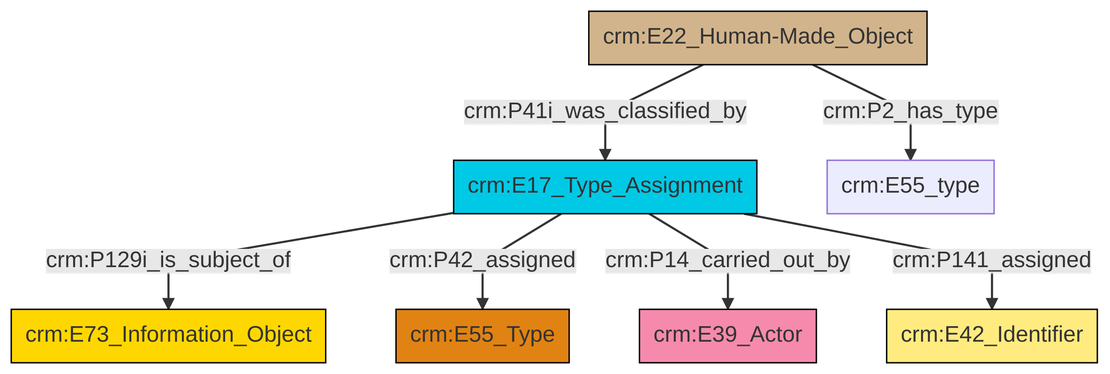
swiss-art-research-net/reference-data-models keeps this Mermaid diagram as et/builtWorkCSV/ttl/mmd/png/Built_Work_designation_status.png. Above is the earlier version. Its source is kept beside it as et/builtWorkCSV/ttl/mmd/Built_Work_designation_status.ttl.mmd.
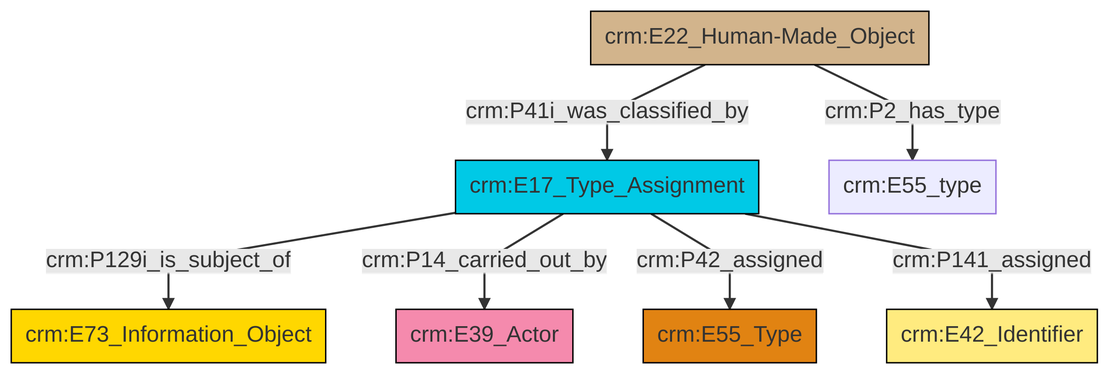
After the change.

The edit, as a diff of the source:
```diff
@@ -13,9 +13,9 @@
 classDef PC_Classes fill:#4ce600, stroke:#000000;
 classDef Multi fill:#cccccc,stroke:#000000;
 
-4["crm:E22_Human-Made_Object"]:::Physical_Thing -->|crm:P2_has_type| 5["crm:E55_type"]:::Default
-2["crm:E17_Type_Assignment"]:::Temporal_Entity -->|crm:P129i_is_subject_of| 10["crm:E73_Information_Object"]:::Conceptual_Object
-2["crm:E17_Type_Assignment"]:::Temporal_Entity -->|crm:P42_assigned| 7["crm:E55_Type"]:::Type
-2["crm:E17_Type_Assignment"]:::Temporal_Entity -->|crm:P14_carried_out_by| 0["crm:E39_Actor"]:::Actor
-4["crm:E22_Human-Made_Object"]:::Physical_Thing -->|crm:P41i_was_classified_by| 2["crm:E17_Type_Assignment"]:::Temporal_Entity
-2["crm:E17_Type_Assignment"]:::Temporal_Entity -->|crm:P141_assigned| 12["crm:E42_Identifier"]:::Appellation
+2["crm:E17_Type_Assignment"]:::Temporal_Entity -->|crm:P129i_is_subject_of| 3["crm:E73_Information_Object"]:::Conceptual_Object
+2["crm:E17_Type_Assignment"]:::Temporal_Entity -->|crm:P14_carried_out_by| 6["crm:E39_Actor"]:::Actor
+0["crm:E22_Human-Made_Object"]:::Physical_Thing -->|crm:P2_has_type| 7["crm:E55_type"]:::Default
+2["crm:E17_Type_Assignment"]:::Temporal_Entity -->|crm:P42_assigned| 9["crm:E55_Type"]:::Type
+2["crm:E17_Type_Assignment"]:::Temporal_Entity -->|crm:P141_assigned| 4["crm:E42_Identifier"]:::Appellation
+0["crm:E22_Human-Made_Object"]:::Physical_Thing -->|crm:P41i_was_classified_by| 2["crm:E17_Type_Assignment"]:::Temporal_Entity
```
